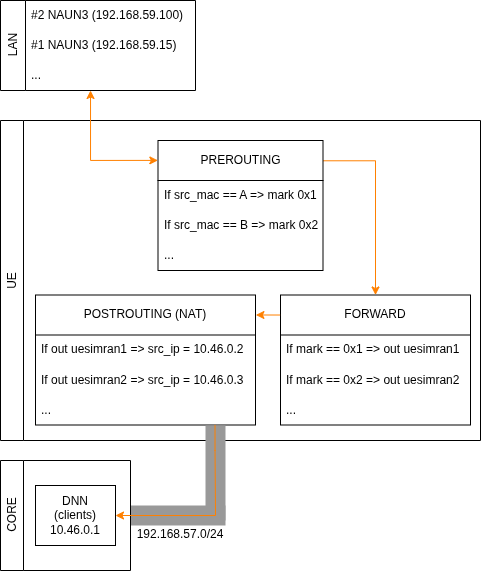
Earlier version of the draw.io export presentation/images/policy-based-routing.png (davidjosearaujo/dissertation). Source tidied: cells renumbered, new cells last; positions are measured from the earlier drawing's top-left corner, leaving out a move shared by most shapes.
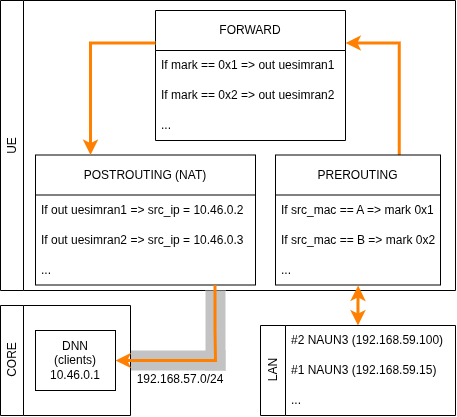
After the commit.

What changed in the source:
```diff
@@ -3,13 +3,13 @@
     <mxCell id="0" />
     <mxCell id="1" parent="0" />
     <mxCell id="2" value="&lt;span style=&quot;font-weight: normal;&quot;&gt;UE&lt;/span&gt;" style="swimlane;whiteSpace=wrap;html=1;horizontal=0;" parent="1" vertex="1">
-      <mxGeometry y="120" width="480" height="320" as="geometry" />
+      <mxGeometry y="120" width="455" height="290" as="geometry" />
     </mxCell>
-    <mxCell id="3" style="edgeStyle=orthogonalEdgeStyle;rounded=0;jettySize=auto;html=1;exitX=1.002;exitY=0.156;exitDx=0;exitDy=0;exitPerimeter=0;entryX=0.5;entryY=0;entryDx=0;entryDy=0;strokeColor=#FF8000;" parent="2" edge="1" source="4" target="8">
+    <mxCell id="3" style="edgeStyle=orthogonalEdgeStyle;rounded=0;jettySize=auto;html=1;exitX=0.75;exitY=0;exitDx=0;exitDy=0;entryX=1;entryY=0.25;entryDx=0;entryDy=0;strokeColor=#FF8000;strokeWidth=3;" parent="2" edge="1" source="4" target="8">
       <mxGeometry relative="1" as="geometry" />
     </mxCell>
     <mxCell id="4" value="&lt;div style=&quot;text-align: left;&quot;&gt;&lt;span style=&quot;background-color: transparent; color: light-dark(rgb(0, 0, 0), rgb(255, 255, 255));&quot;&gt;PREROUTING&lt;/span&gt;&lt;/div&gt;" style="swimlane;fontStyle=0;horizontal=1;startSize=40;whiteSpace=wrap;html=1;" parent="2" vertex="1">
-      <mxGeometry x="157.5" y="20" width="165" height="130" as="geometry" />
+      <mxGeometry x="275" y="154.5" width="165" height="130" as="geometry" />
     </mxCell>
     <mxCell id="5" value="If src_mac == A =&amp;gt; mark 0x1" style="text;strokeColor=none;fillColor=none;align=left;verticalAlign=middle;spacingLeft=4;spacingRight=4;overflow=hidden;whiteSpace=wrap;html=1;" parent="4" vertex="1">
       <mxGeometry y="40" width="165" height="30" as="geometry" />
@@ -21,7 +21,7 @@
       <mxGeometry y="100" width="165" height="30" as="geometry" />
     </mxCell>
     <mxCell id="8" value="&lt;div style=&quot;text-align: left;&quot;&gt;&lt;span style=&quot;background-color: transparent; color: light-dark(rgb(0, 0, 0), rgb(255, 255, 255));&quot;&gt;FORWARD&lt;/span&gt;&lt;/div&gt;" style="swimlane;fontStyle=0;horizontal=1;startSize=40;whiteSpace=wrap;html=1;" parent="2" vertex="1">
-      <mxGeometry x="280" y="174.5" width="190" height="130" as="geometry" />
+      <mxGeometry x="155" y="10" width="190" height="130" as="geometry" />
     </mxCell>
     <mxCell id="9" value="If mark == 0x1 =&amp;gt; out uesimran1" style="text;strokeColor=none;fillColor=none;align=left;verticalAlign=middle;spacingLeft=4;spacingRight=4;overflow=hidden;whiteSpace=wrap;html=1;" parent="8" vertex="1">
       <mxGeometry y="40" width="190" height="30" as="geometry" />
@@ -33,7 +33,7 @@
       <mxGeometry y="100" width="190" height="30" as="geometry" />
     </mxCell>
     <mxCell id="12" value="&lt;div style=&quot;text-align: left;&quot;&gt;&lt;span style=&quot;background-color: transparent; color: light-dark(rgb(0, 0, 0), rgb(255, 255, 255));&quot;&gt;POSTROUTING (NAT)&lt;/span&gt;&lt;/div&gt;" style="swimlane;fontStyle=0;horizontal=1;startSize=40;whiteSpace=wrap;html=1;" parent="2" vertex="1">
-      <mxGeometry x="35" y="174.5" width="220" height="130" as="geometry" />
+      <mxGeometry x="35" y="154.5" width="220" height="130" as="geometry" />
     </mxCell>
     <mxCell id="13" value="If out uesimran1&amp;nbsp;=&amp;gt; src_ip = 10.46.0.2" style="text;strokeColor=none;fillColor=none;align=left;verticalAlign=middle;spacingLeft=4;spacingRight=4;overflow=hidden;whiteSpace=wrap;html=1;" parent="12" vertex="1">
       <mxGeometry y="40" width="220" height="30" as="geometry" />
@@ -44,30 +44,26 @@
     <mxCell id="15" value="..." style="text;strokeColor=none;fillColor=none;align=left;verticalAlign=middle;spacingLeft=4;spacingRight=4;overflow=hidden;points=[[0,0.5],[1,0.5]];portConstraint=eastwest;whiteSpace=wrap;html=1;" parent="12" vertex="1">
       <mxGeometry y="100" width="220" height="30" as="geometry" />
     </mxCell>
-    <mxCell id="16" style="edgeStyle=orthogonalEdgeStyle;rounded=0;jettySize=auto;html=1;exitX=-0.002;exitY=0.154;exitDx=0;exitDy=0;exitPerimeter=0;entryX=1.002;entryY=0.153;entryDx=0;entryDy=0;entryPerimeter=0;strokeColor=#FF8000;" parent="2" edge="1" source="8" target="12">
+    <mxCell id="16" style="edgeStyle=orthogonalEdgeStyle;rounded=0;jettySize=auto;html=1;exitX=0;exitY=0.25;exitDx=0;exitDy=0;entryX=0.25;entryY=0;entryDx=0;entryDy=0;strokeColor=#FF8000;strokeWidth=3;" parent="2" edge="1" source="8" target="12">
       <mxGeometry relative="1" as="geometry" />
     </mxCell>
-    <mxCell id="17" style="rounded=0;whiteSpace=wrap;html=1;labelBackgroundColor=light-dark(#FFFFFF,#999999);fillColor=light-dark(#999999,#E6E6E6);strokeColor=none;" parent="1" vertex="1">
-      <mxGeometry x="130" y="505" width="95" height="20" as="geometry" />
+    <mxCell id="17" style="rounded=0;whiteSpace=wrap;html=1;labelBackgroundColor=light-dark(#FFFFFF,#999999);fillColor=light-dark(#C3C3C3,#E6E6E6);strokeColor=none;" parent="1" vertex="1">
+      <mxGeometry x="130" y="470" width="95" height="20" as="geometry" />
     </mxCell>
-    <mxCell id="18" style="rounded=0;whiteSpace=wrap;html=1;labelBackgroundColor=light-dark(#FFFFFF,#999999);fillColor=light-dark(#999999,#E6E6E6);strokeColor=none;" parent="1" vertex="1">
-      <mxGeometry x="205" y="425" width="20" height="95" as="geometry" />
+    <mxCell id="18" style="rounded=0;whiteSpace=wrap;html=1;labelBackgroundColor=light-dark(#FFFFFF,#999999);fillColor=light-dark(#C3C3C3,#E6E6E6);strokeColor=none;" parent="1" vertex="1">
+      <mxGeometry x="205" y="410" width="20" height="80" as="geometry" />
     </mxCell>
     <mxCell id="19" value="&lt;span style=&quot;font-weight: 400;&quot;&gt;CORE&lt;/span&gt;" style="swimlane;whiteSpace=wrap;html=1;horizontal=0;" parent="1" vertex="1">
-      <mxGeometry y="460" width="130" height="110" as="geometry" />
+      <mxGeometry y="425" width="130" height="110" as="geometry" />
     </mxCell>
     <mxCell id="20" value="DNN&lt;div&gt;(clients)&lt;/div&gt;&lt;div&gt;10.46.0.1&lt;/div&gt;" style="rounded=0;whiteSpace=wrap;html=1;" parent="19" vertex="1">
       <mxGeometry x="35" y="25" width="80" height="60" as="geometry" />
     </mxCell>
-    <mxCell id="21" style="edgeStyle=orthogonalEdgeStyle;rounded=0;jettySize=auto;html=1;entryX=-0.001;entryY=0.153;entryDx=0;entryDy=0;startArrow=classic;startFill=1;entryPerimeter=0;strokeColor=#FF8000;" parent="1" edge="1" source="22" target="4">
-      <mxGeometry relative="1" as="geometry">
-        <Array as="points">
-          <mxPoint x="90" y="160" />
-        </Array>
-      </mxGeometry>
+    <mxCell id="21" style="edgeStyle=orthogonalEdgeStyle;rounded=0;jettySize=auto;html=1;entryX=0.501;entryY=1.02;entryDx=0;entryDy=0;startArrow=classic;startFill=1;entryPerimeter=0;strokeColor=#FF8000;strokeWidth=3;" parent="1" edge="1" source="22" target="7">
+      <mxGeometry relative="1" as="geometry" />
     </mxCell>
     <mxCell id="22" value="&lt;div style=&quot;text-align: left;&quot;&gt;&lt;span style=&quot;background-color: transparent; color: light-dark(rgb(0, 0, 0), rgb(255, 255, 255));&quot;&gt;LAN&lt;/span&gt;&lt;/div&gt;" style="swimlane;fontStyle=0;horizontal=0;startSize=25;whiteSpace=wrap;html=1;" parent="1" vertex="1">
-      <mxGeometry width="195" height="90" as="geometry" />
+      <mxGeometry x="260" y="445" width="195" height="90" as="geometry" />
     </mxCell>
     <mxCell id="23" value="#2 NAUN3 (192.168.59.100)" style="text;strokeColor=none;fillColor=none;align=left;verticalAlign=middle;spacingLeft=4;spacingRight=4;overflow=hidden;whiteSpace=wrap;html=1;" parent="22" vertex="1">
       <mxGeometry x="25" width="170" height="30" as="geometry" />
@@ -78,17 +74,17 @@
     <mxCell id="25" value="..." style="text;strokeColor=none;fillColor=none;align=left;verticalAlign=middle;spacingLeft=4;spacingRight=4;overflow=hidden;whiteSpace=wrap;html=1;" parent="22" vertex="1">
       <mxGeometry x="25" y="60" width="170" height="30" as="geometry" />
     </mxCell>
-    <mxCell id="26" style="edgeStyle=orthogonalEdgeStyle;rounded=0;jettySize=auto;html=1;exitX=0.816;exitY=0.998;exitDx=0;exitDy=0;entryX=1;entryY=0.5;entryDx=0;entryDy=0;exitPerimeter=0;strokeColor=#FF8000;" parent="1" edge="1" source="15" target="20">
+    <mxCell id="26" style="edgeStyle=orthogonalEdgeStyle;rounded=0;jettySize=auto;html=1;exitX=0.816;exitY=0.998;exitDx=0;exitDy=0;entryX=1;entryY=0.5;entryDx=0;entryDy=0;exitPerimeter=0;strokeColor=#FF8000;strokeWidth=3;" parent="1" edge="1" source="15" target="20">
       <mxGeometry relative="1" as="geometry">
         <Array as="points">
           <mxPoint x="215" y="450" />
           <mxPoint x="215" y="450" />
-          <mxPoint x="215" y="515" />
+          <mxPoint x="215" y="480" />
         </Array>
       </mxGeometry>
     </mxCell>
     <mxCell id="27" value="192.168.57.0/24" style="text;html=1;align=center;verticalAlign=middle;whiteSpace=wrap;rounded=0;rotation=0;" parent="1" vertex="1">
-      <mxGeometry x="135" y="525" width="90" height="18" as="geometry" />
+      <mxGeometry x="135" y="490" width="90" height="18" as="geometry" />
     </mxCell>
   </root>
 </mxGraphModel>
```
